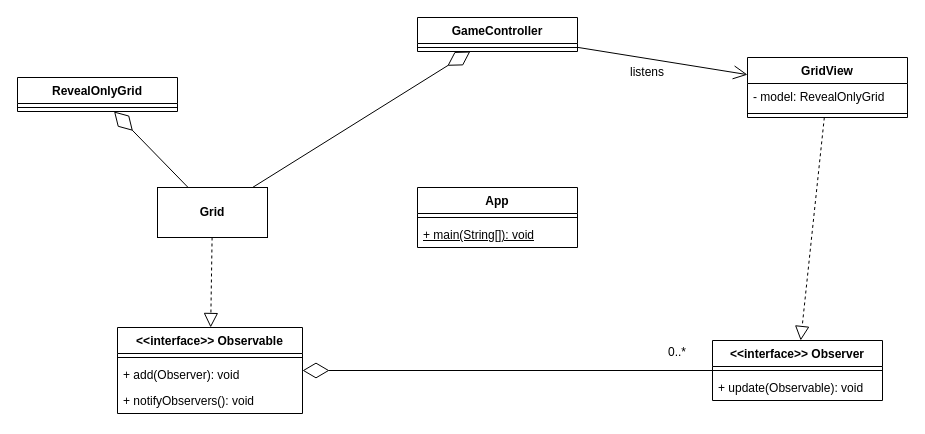
mgmu/minesweeper keeps this draw.io diagram as specification/architecture.drawio. Above is the earlier version. Source tidied: cells renumbered, new cells numbered last; positions are measured from the earlier drawing's top-left corner, leaving out a move shared by most shapes. Both pictures are drawn from the tidied source at 100%, with x=0, y=0 at pixel (17, 17).
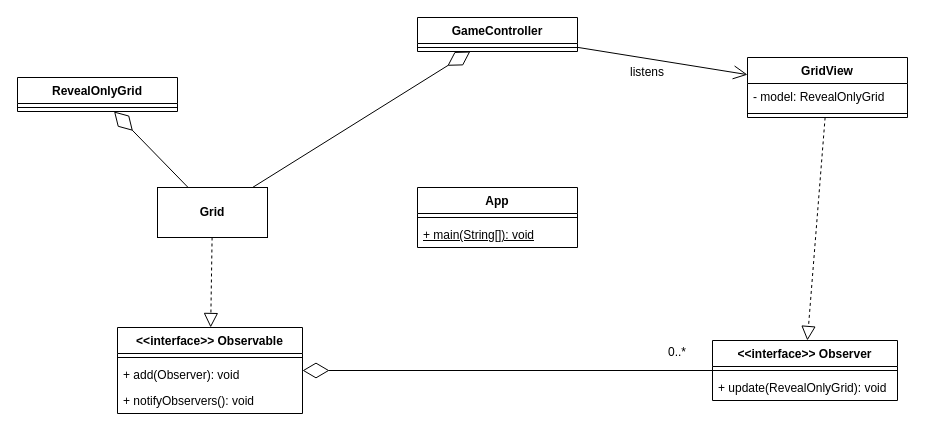
Above is the later version.

The edit, as a diff of the source:
```diff
@@
     <mxCell id="15" value="&amp;lt;&amp;lt;interface&amp;gt;&amp;gt; Observer" style="swimlane;fontStyle=1;align=center;verticalAlign=top;horizontal=1;startSize=26;whiteSpace=wrap;html=1;" parent="1" vertex="1">
-      <mxGeometry x="695" y="323" width="170" height="60" as="geometry" />
+      <mxGeometry x="695" y="323" width="185" height="60" as="geometry" />
     </mxCell>
     <mxCell id="16" style="line;strokeWidth=1;fillColor=none;align=left;verticalAlign=middle;spacingTop=-1;spacingLeft=3;spacingRight=3;labelPosition=right;strokeColor=inherit;" parent="15" vertex="1">
-      <mxGeometry y="26" width="170" height="8" as="geometry" />
+      <mxGeometry y="26" width="185" height="8" as="geometry" />
     </mxCell>
-    <mxCell id="17" value="&lt;div align=&quot;left&quot;&gt;+ update(Observable): void&lt;br&gt;&lt;/div&gt;" style="text;strokeColor=none;fillColor=none;align=left;verticalAlign=top;spacingLeft=4;spacingRight=4;overflow=hidden;whiteSpace=wrap;html=1;" parent="15" vertex="1">
-      <mxGeometry y="34" width="170" height="26" as="geometry" />
+    <mxCell id="17" value="&lt;div align=&quot;left&quot;&gt;+ update(RevealOnlyGrid): void&lt;br&gt;&lt;/div&gt;" style="text;strokeColor=none;fillColor=none;align=left;verticalAlign=top;spacingLeft=4;spacingRight=4;overflow=hidden;whiteSpace=wrap;html=1;" parent="15" vertex="1">
+      <mxGeometry y="34" width="185" height="26" as="geometry" />
     </mxCell>
```
